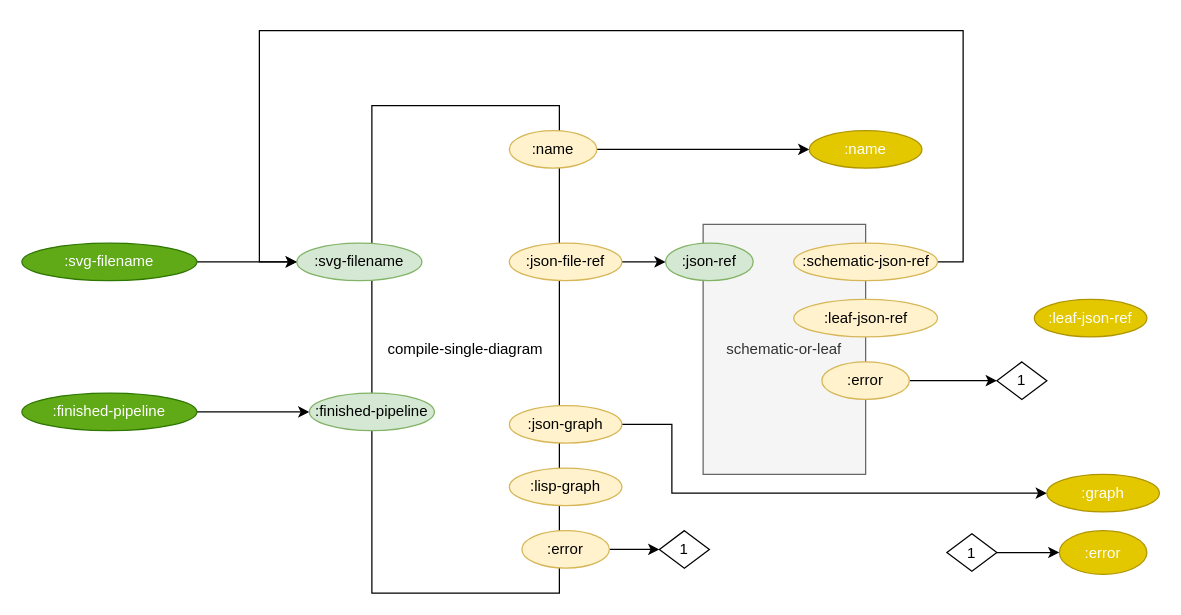
This is page "0. build" (1 of 5) of build_process/cl-build/build.drawio from bmfbp/bmfbp, a draw.io file, before an edit. Source tidied: cells renumbered, new cells numbered last; positions are measured from the earlier drawing's top-left corner, leaving out a move shared by most shapes. Both pictures are drawn from the tidied source at 125%, with x=0, y=0 at pixel (21, 30).
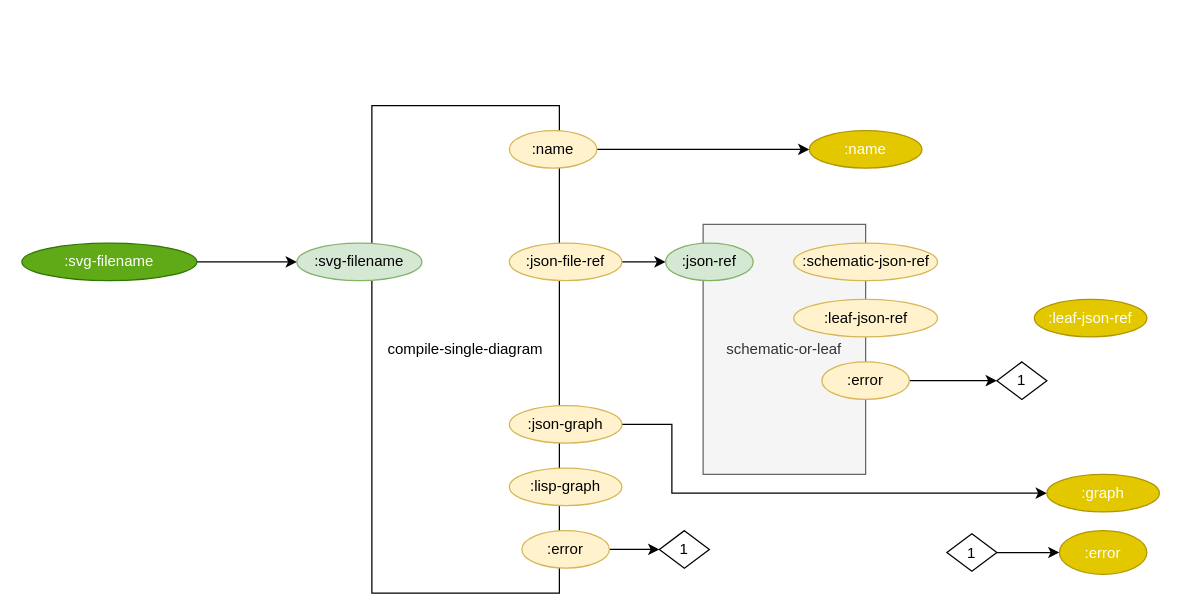
After the change.

Commit message (it also covers changes not shown here):
rm :finished-pipeline

The change refers to these unchanged cells:
```xml
<mxCell id="23" value=":schematic-json-ref" style="ellipse;whiteSpace=wrap;html=1;fillColor=#fff2cc;strokeColor=#d6b656;" parent="1" vertex="1">
  <mxGeometry x="617.5" y="170" width="115" height="30" as="geometry" />
</mxCell>
```

Change to the diagram source:
```diff
@@
-    <mxCell id="22" style="edgeStyle=orthogonalEdgeStyle;rounded=0;jettySize=auto;html=1;exitX=1;exitY=0.5;exitDx=0;exitDy=0;" parent="1" edge="1" source="23">
-      <mxGeometry relative="1" as="geometry">
-        <mxPoint x="220" y="185" as="targetPoint" />
-        <Array as="points">
-          <mxPoint x="753" y="185" />
-          <mxPoint x="753" />
-          <mxPoint x="190" />
-          <mxPoint x="190" y="185" />
-        </Array>
-      </mxGeometry>
-    </mxCell>
@@
-    <mxCell id="30" style="edgeStyle=orthogonalEdgeStyle;rounded=0;jettySize=auto;html=1;exitX=1;exitY=0.5;exitDx=0;exitDy=0;entryX=0;entryY=0.5;entryDx=0;entryDy=0;" parent="1" edge="1" source="31" target="32">
-      <mxGeometry relative="1" as="geometry" />
-    </mxCell>
-    <mxCell id="31" value=":finished-pipeline" style="ellipse;whiteSpace=wrap;html=1;fillColor=#60a917;strokeColor=#2D7600;fontColor=#ffffff;" parent="1" vertex="1">
-      <mxGeometry y="290" width="140" height="30" as="geometry" />
-    </mxCell>
-    <mxCell id="32" value=":finished-pipeline" style="ellipse;whiteSpace=wrap;html=1;fillColor=#d5e8d4;strokeColor=#82b366;" parent="1" vertex="1">
-      <mxGeometry x="230" y="290" width="100" height="30" as="geometry" />
-    </mxCell>
```
